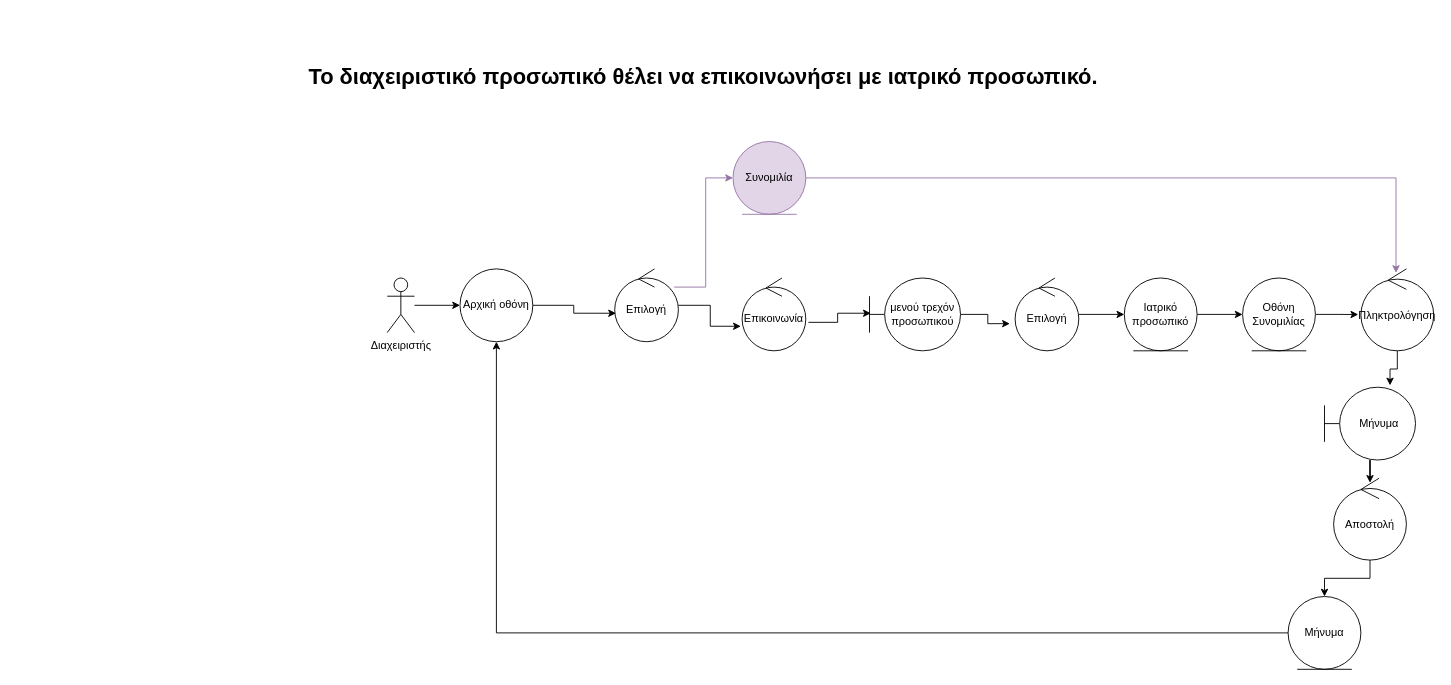
This is 3η Παραδοση/spyros_robustness/r_epikinonia.drawio from PMamasoulas/SoftwareEngineeringProject, a draw.io file, before an edit. Source tidied: cells renumbered, new cells numbered last; positions are measured from the earlier drawing's top-left corner, leaving out a move shared by most shapes. Both pictures are drawn from the tidied source at 91%, with x=0, y=0 at pixel (15, 59).
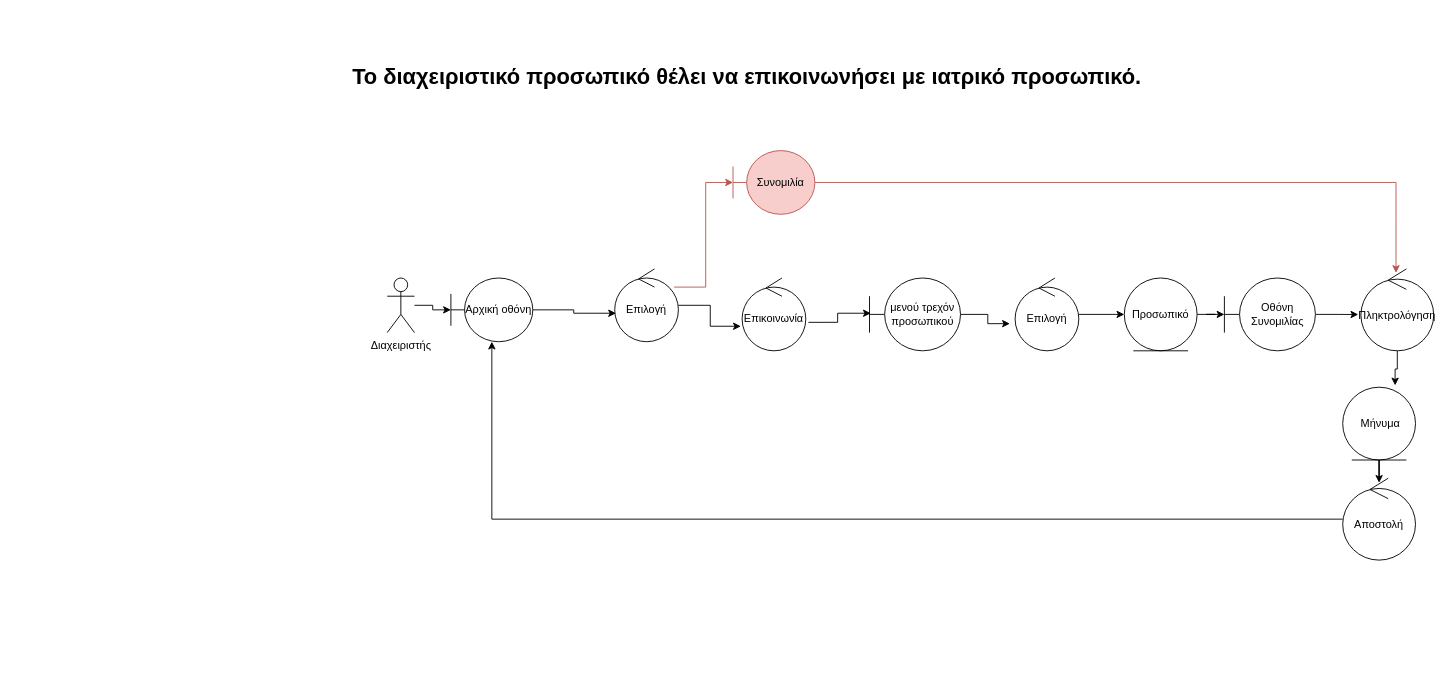
The same diagram, later.

The change refers to these unchanged cells:
```xml
<mxCell id="9" value="Επιλογή" style="ellipse;shape=umlControl;whiteSpace=wrap;html=1;" parent="1" vertex="1">
  <mxGeometry x="658" y="230" width="70" height="80" as="geometry" />
</mxCell>
<mxCell id="21" value="Πληκτρολόγηση" style="ellipse;shape=umlControl;whiteSpace=wrap;html=1;" parent="1" vertex="1">
  <mxGeometry x="1478" y="230" width="80" height="90" as="geometry" />
</mxCell>
```

Diff of the diagram source:
```diff
@@
     <mxCell id="2" value="&lt;br/&gt;&lt;pre class=&quot;western&quot; lang=&quot;el-GR&quot;&gt;&lt;font face=&quot;Bahnschrift, sans-serif&quot;&gt;&lt;b&gt;Το διαχειριστικό προσωπικό θέλει να επικοινωνήσει με ιατρικό προσωπικό.&lt;/b&gt;&lt;/font&gt;&lt;/pre&gt;&lt;br/&gt;" style="text;strokeColor=none;fillColor=none;html=1;fontSize=24;fontStyle=1;verticalAlign=middle;align=center;" parent="1" vertex="1">
-      <mxGeometry width="1510" height="40" as="geometry" />
+      <mxGeometry x="48" width="1510" height="40" as="geometry" />
     </mxCell>
@@
-    <mxCell id="6" value="Αρχική οθόνη" style="ellipse;whiteSpace=wrap;html=1;" parent="1" vertex="1">
-      <mxGeometry x="488" y="230" width="80" height="80" as="geometry" />
+    <mxCell id="6" value="Αρχική οθόνη" style="shape=umlBoundary;whiteSpace=wrap;html=1;fontFamily=Helvetica;fontSize=12;fontColor=#000000;align=center;strokeColor=#000000;fillColor=#ffffff;" parent="1" vertex="1">
+      <mxGeometry x="478" y="240" width="90" height="70" as="geometry" />
     </mxCell>
@@
-    <mxCell id="8" style="edgeStyle=orthogonalEdgeStyle;rounded=0;jettySize=auto;html=1;entryX=0;entryY=0.5;entryDx=0;entryDy=0;fillColor=#e1d5e7;strokeColor=#9673a6;" parent="1" edge="1" source="9" target="25">
+    <mxCell id="8" style="edgeStyle=orthogonalEdgeStyle;rounded=0;jettySize=auto;html=1;entryX=0;entryY=0.5;entryDx=0;entryDy=0;fillColor=#f8cecc;strokeColor=#b85450;" parent="1" edge="1" source="9" target="25">
       <mxGeometry relative="1" as="geometry">
         <Array as="points">
           <mxPoint x="758" y="250" />
-          <mxPoint x="758" y="130" />
+          <mxPoint x="758" y="135" />
         </Array>
       </mxGeometry>
     </mxCell>
@@
-    <mxCell id="17" value="Ιατρικό προσωπικό" style="ellipse;shape=umlEntity;whiteSpace=wrap;html=1;" parent="1" vertex="1">
+    <mxCell id="17" value="Προσωπικό" style="ellipse;shape=umlEntity;whiteSpace=wrap;html=1;" parent="1" vertex="1">
       <mxGeometry x="1218" y="240" width="80" height="80" as="geometry" />
     </mxCell>
@@
-    <mxCell id="19" value="Οθόνη Συνομιλίας" style="ellipse;shape=umlEntity;whiteSpace=wrap;html=1;" parent="1" vertex="1">
-      <mxGeometry x="1348" y="240" width="80" height="80" as="geometry" />
+    <mxCell id="19" value="Οθόνη Συνομιλίας" style="shape=umlBoundary;whiteSpace=wrap;html=1;fontFamily=Helvetica;fontSize=12;fontColor=#000000;align=center;strokeColor=#000000;fillColor=#ffffff;" parent="1" vertex="1">
+      <mxGeometry x="1328" y="240" width="100" height="80" as="geometry" />
     </mxCell>
@@
-    <mxCell id="22" style="edgeStyle=orthogonalEdgeStyle;rounded=0;jettySize=auto;html=1;entryX=0.5;entryY=0;entryDx=0;entryDy=0;" parent="1" edge="1" source="23" target="27">
+    <mxCell id="22" style="edgeStyle=orthogonalEdgeStyle;rounded=0;jettySize=auto;html=1;" parent="1" edge="1" source="23" target="6">
       <mxGeometry relative="1" as="geometry" />
     </mxCell>
     <mxCell id="23" value="Αποστολή" style="ellipse;shape=umlControl;whiteSpace=wrap;html=1;" parent="1" vertex="1">
-      <mxGeometry x="1448" y="460" width="80" height="90" as="geometry" />
+      <mxGeometry x="1458" y="460" width="80" height="90" as="geometry" />
     </mxCell>
-    <mxCell id="24" style="edgeStyle=orthogonalEdgeStyle;rounded=0;jettySize=auto;html=1;entryX=0.482;entryY=0.049;entryDx=0;entryDy=0;entryPerimeter=0;fillColor=#e1d5e7;strokeColor=#9673a6;" parent="1" edge="1" source="25" target="21">
+    <mxCell id="24" style="edgeStyle=orthogonalEdgeStyle;rounded=0;jettySize=auto;html=1;entryX=0.482;entryY=0.049;entryDx=0;entryDy=0;entryPerimeter=0;fillColor=#f8cecc;strokeColor=#b85450;" parent="1" edge="1" source="25" target="21">
       <mxGeometry relative="1" as="geometry" />
     </mxCell>
-    <mxCell id="25" value="Συνομιλία" style="ellipse;shape=umlEntity;whiteSpace=wrap;html=1;fillColor=#e1d5e7;strokeColor=#9673a6;" parent="1" vertex="1">
-      <mxGeometry x="788" y="90" width="80" height="80" as="geometry" />
+    <mxCell id="25" value="Συνομιλία" style="shape=umlBoundary;whiteSpace=wrap;html=1;fontFamily=Helvetica;fontSize=12;fontColor=#000000;align=center;strokeColor=#b85450;fillColor=#f8cecc;" parent="1" vertex="1">
+      <mxGeometry x="788" y="100" width="90" height="70" as="geometry" />
     </mxCell>
-    <mxCell id="26" style="edgeStyle=orthogonalEdgeStyle;rounded=0;jettySize=auto;html=1;entryX=0.5;entryY=1;entryDx=0;entryDy=0;" parent="1" edge="1" source="27" target="6">
-      <mxGeometry relative="1" as="geometry" />
-    </mxCell>
-    <mxCell id="27" value="Μήνυμα" style="ellipse;shape=umlEntity;whiteSpace=wrap;html=1;" parent="1" vertex="1">
-      <mxGeometry x="1398" y="590" width="80" height="80" as="geometry" />
-    </mxCell>
@@
-    <mxCell id="29" value="&amp;nbsp;Μήνυμα" style="shape=umlBoundary;whiteSpace=wrap;html=1;" parent="1" vertex="1">
-      <mxGeometry x="1438" y="360" width="100" height="80" as="geometry" />
+    <mxCell id="29" value="&amp;nbsp;Μήνυμα" style="ellipse;shape=umlEntity;whiteSpace=wrap;html=1;fontFamily=Helvetica;fontSize=12;fontColor=#000000;align=center;strokeColor=#000000;fillColor=#ffffff;" parent="1" vertex="1">
+      <mxGeometry x="1458" y="360" width="80" height="80" as="geometry" />
     </mxCell>
```
